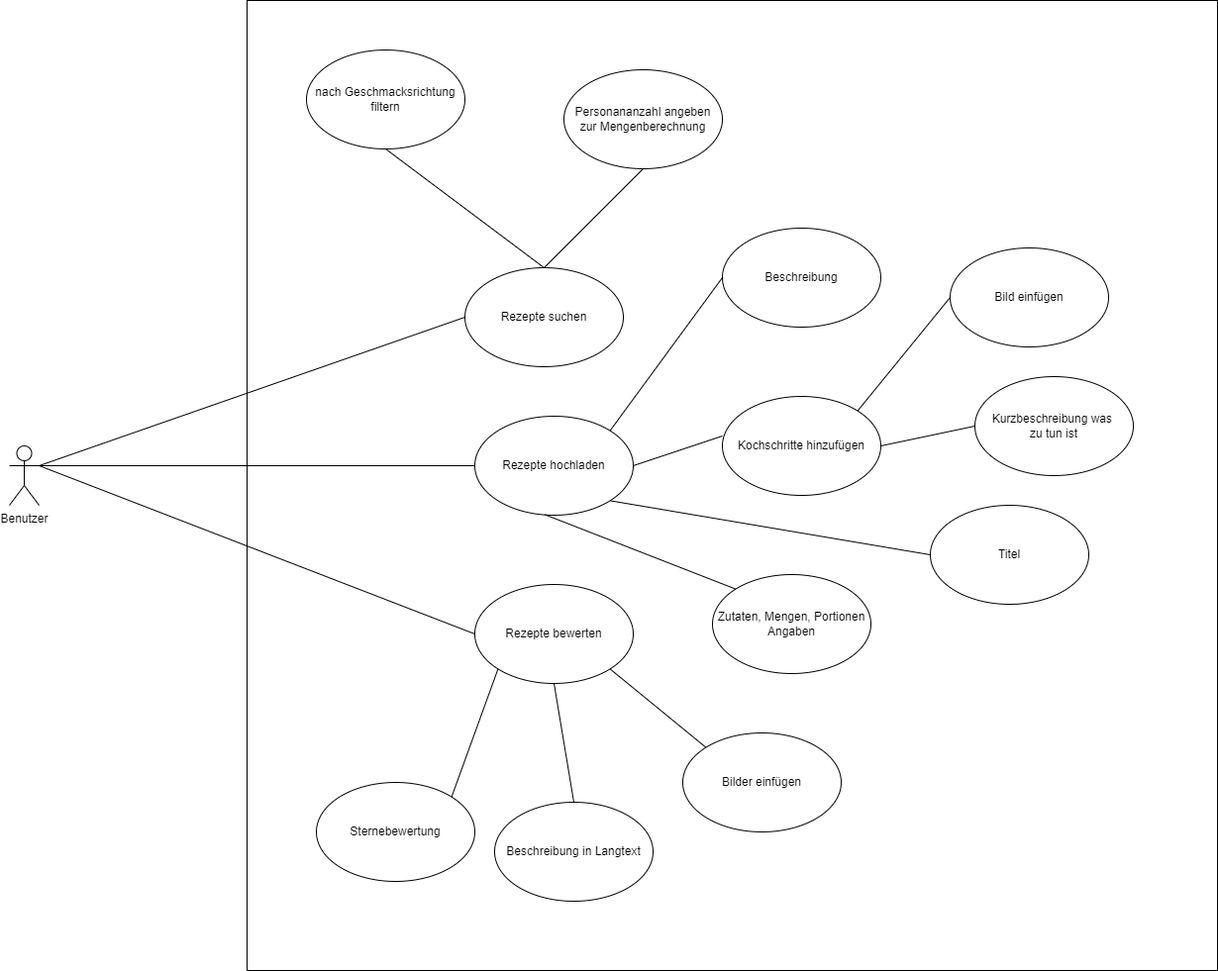
Before: Use Case Diagramm.png, a diagram exported from draw.io (auhsoj20/CookItYourself). Source tidied: cells renumbered, new cells last; positions are measured from the earlier drawing's top-left corner, leaving out a move shared by most shapes.
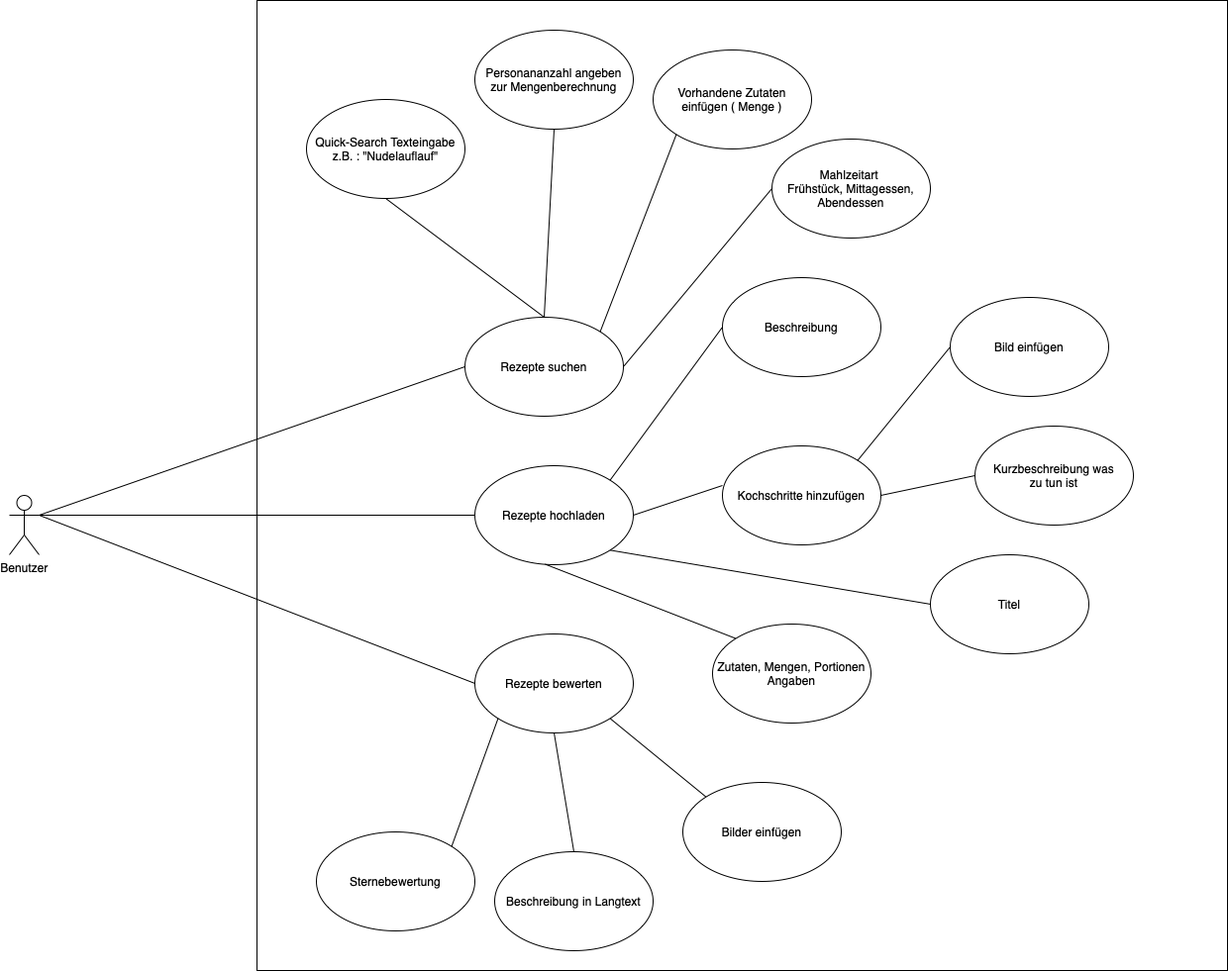
The same diagram one commit later.

Diff of the diagram source:
```diff
@@ -3,7 +3,7 @@
     <mxCell id="0" />
     <mxCell id="1" parent="0" />
     <mxCell id="2" style="whiteSpace=wrap;html=1;" parent="1" vertex="1">
-      <mxGeometry x="240" width="980" height="980" as="geometry" />
+      <mxGeometry x="250" y="-50" width="980" height="980" as="geometry" />
     </mxCell>
     <mxCell id="3" value="Benutzer" style="shape=umlActor;verticalLabelPosition=bottom;verticalAlign=top;html=1;outlineConnect=0;" parent="1" vertex="1">
       <mxGeometry y="450" width="30" height="60" as="geometry" />
@@ -26,14 +26,14 @@
     <mxCell id="9" style="endArrow=none;html=1;rounded=0;exitX=1;exitY=0.3333333333333333;exitDx=0;exitDy=0;exitPerimeter=0;entryX=0;entryY=0.5;entryDx=0;entryDy=0;" parent="1" edge="1" source="3" target="8">
       <mxGeometry relative="1" as="geometry" />
     </mxCell>
-    <mxCell id="10" value="nach Geschmacksrichtung filtern" style="ellipse;whiteSpace=wrap;html=1;" parent="1" vertex="1">
+    <mxCell id="10" value="Quick-Search Texteingabe&lt;br&gt;z.B. : &quot;Nudelauflauf&quot;" style="ellipse;whiteSpace=wrap;html=1;" parent="1" vertex="1">
       <mxGeometry x="300" y="50" width="160" height="100" as="geometry" />
     </mxCell>
     <mxCell id="11" style="endArrow=none;html=1;rounded=0;fontSize=13;entryX=0.5;entryY=1;entryDx=0;entryDy=0;exitX=0.5;exitY=0;exitDx=0;exitDy=0;" parent="1" edge="1" source="6" target="10">
       <mxGeometry relative="1" as="geometry" />
     </mxCell>
     <mxCell id="12" value="Personananzahl angeben&lt;br&gt;zur Mengenberechnung" style="ellipse;whiteSpace=wrap;html=1;" parent="1" vertex="1">
-      <mxGeometry x="560" y="70" width="160" height="100" as="geometry" />
+      <mxGeometry x="470" y="-20" width="160" height="100" as="geometry" />
     </mxCell>
     <mxCell id="13" style="endArrow=none;html=1;rounded=0;fontSize=13;entryX=0.5;entryY=1;entryDx=0;entryDy=0;exitX=0.5;exitY=0;exitDx=0;exitDy=0;" parent="1" edge="1" source="6" target="12">
       <mxGeometry relative="1" as="geometry" />
@@ -92,5 +92,17 @@
     <mxCell id="31" style="endArrow=none;html=1;rounded=0;exitX=0.443;exitY=0.995;exitDx=0;exitDy=0;exitPerimeter=0;entryX=0;entryY=0;entryDx=0;entryDy=0;" parent="1" edge="1" source="4" target="30">
       <mxGeometry relative="1" as="geometry" />
     </mxCell>
+    <mxCell id="32" value="Vorhandene Zutaten einfügen ( Menge )" style="ellipse;whiteSpace=wrap;html=1;" parent="1" vertex="1">
+      <mxGeometry x="650" width="160" height="100" as="geometry" />
+    </mxCell>
+    <mxCell id="33" style="endArrow=none;html=1;rounded=0;entryX=0;entryY=1;entryDx=0;entryDy=0;exitX=1;exitY=0;exitDx=0;exitDy=0;" parent="1" edge="1" source="6" target="32">
+      <mxGeometry relative="1" as="geometry" />
+    </mxCell>
+    <mxCell id="34" value="Mahlzeitart&amp;nbsp;&lt;br&gt;Frühstück, Mittagessen, Abendessen" style="ellipse;whiteSpace=wrap;html=1;" parent="1" vertex="1">
+      <mxGeometry x="770" y="90" width="160" height="100" as="geometry" />
+    </mxCell>
+    <mxCell id="35" style="endArrow=none;html=1;rounded=0;exitX=1;exitY=0.5;exitDx=0;exitDy=0;entryX=0;entryY=0.5;entryDx=0;entryDy=0;" parent="1" edge="1" source="6" target="34">
+      <mxGeometry relative="1" as="geometry" />
+    </mxCell>
   </root>
 </mxGraphModel>
```
